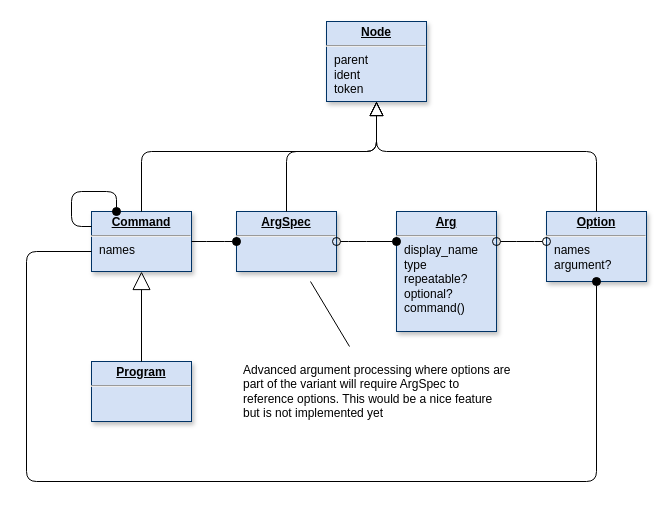
This is page "Grammar" (1 of 4) of doc/diagram.drawio from clrgit/shellopts, a draw.io file, before an edit. Source tidied: cells renumbered, new cells numbered last; positions are measured from the earlier drawing's top-left corner, leaving out a move shared by most shapes. Both pictures are drawn from the tidied source at 100%, with x=0, y=0 at pixel (26, 21).
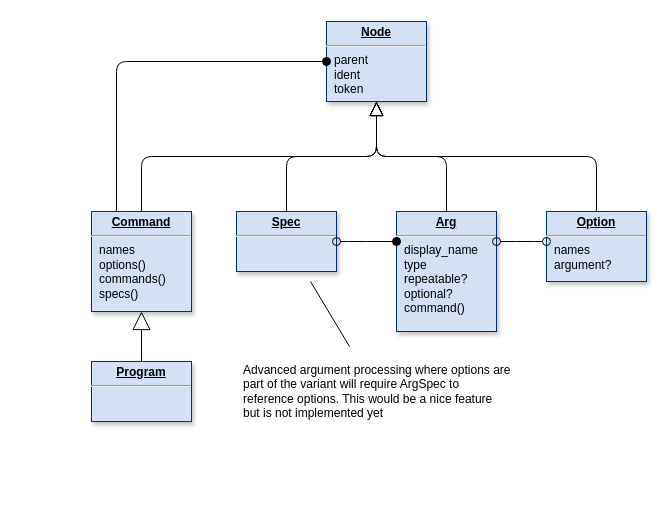
The same diagram, later.

Unchanged cells that the change refers to:
```xml
<mxCell id="2" value="&lt;p style=&quot;margin: 0px ; margin-top: 4px ; text-align: center ; text-decoration: underline&quot;&gt;&lt;b&gt;Node&lt;/b&gt;&lt;/p&gt;&lt;hr&gt;&lt;p style=&quot;margin: 0px ; margin-left: 8px&quot;&gt;parent&lt;/p&gt;&lt;p style=&quot;margin: 0px ; margin-left: 8px&quot;&gt;ident&lt;/p&gt;&lt;p style=&quot;margin: 0px ; margin-left: 8px&quot;&gt;token&lt;/p&gt;" style="verticalAlign=top;align=left;overflow=fill;fontSize=12;fontFamily=Helvetica;html=1;shadow=1;strokeColor=#003366;fillColor=#D4E1F5;" parent="1" vertex="1">
  <mxGeometry x="300" width="100" height="80" as="geometry" />
</mxCell>
<mxCell id="3" value="&lt;p style=&quot;margin: 0px ; margin-top: 4px ; text-align: center ; text-decoration: underline&quot;&gt;&lt;b&gt;Option&lt;/b&gt;&lt;/p&gt;&lt;hr&gt;&lt;p style=&quot;margin: 0px ; margin-left: 8px&quot;&gt;&lt;span&gt;names&lt;/span&gt;&lt;br&gt;&lt;/p&gt;&lt;p style=&quot;margin: 0px ; margin-left: 8px&quot;&gt;&lt;span&gt;argument?&lt;/span&gt;&lt;/p&gt;" style="verticalAlign=top;align=left;overflow=fill;fontSize=12;fontFamily=Helvetica;html=1;shadow=1;strokeColor=#003366;fillColor=#D4E1F5;" parent="1" vertex="1">
  <mxGeometry x="520" y="190" width="100" height="70" as="geometry" />
</mxCell>
<mxCell id="6" value="&lt;p style=&quot;margin: 0px ; margin-top: 4px ; text-align: center ; text-decoration: underline&quot;&gt;&lt;b&gt;Arg&lt;/b&gt;&lt;/p&gt;&lt;hr&gt;&lt;p style=&quot;margin: 0px 0px 0px 8px&quot;&gt;&lt;span&gt;display_name&lt;/span&gt;&lt;br&gt;&lt;/p&gt;&lt;p style=&quot;margin: 0px ; margin-left: 8px&quot;&gt;&lt;span&gt;type&lt;/span&gt;&lt;br&gt;&lt;/p&gt;&lt;p style=&quot;margin: 0px ; margin-left: 8px&quot;&gt;&lt;span&gt;repeatable?&lt;/span&gt;&lt;br&gt;&lt;/p&gt;&lt;p style=&quot;margin: 0px ; margin-left: 8px&quot;&gt;optional?&lt;/p&gt;&lt;p style=&quot;margin: 0px ; margin-left: 8px&quot;&gt;command()&lt;/p&gt;" style="verticalAlign=top;align=left;overflow=fill;fontSize=12;fontFamily=Helvetica;html=1;shadow=1;strokeColor=#003366;fillColor=#D4E1F5;" parent="1" vertex="1">
  <mxGeometry x="370" y="190" width="100" height="120" as="geometry" />
</mxCell>
```

Diff of the diagram source:
```diff
@@
-    <mxCell id="4" value="&lt;p style=&quot;margin: 0px ; margin-top: 4px ; text-align: center ; text-decoration: underline&quot;&gt;&lt;b&gt;Command&lt;/b&gt;&lt;/p&gt;&lt;hr&gt;&lt;p style=&quot;margin: 0px ; margin-left: 8px&quot;&gt;&lt;span&gt;names&lt;/span&gt;&lt;br&gt;&lt;/p&gt;" style="verticalAlign=top;align=left;overflow=fill;fontSize=12;fontFamily=Helvetica;html=1;shadow=1;strokeColor=#003366;fillColor=#D4E1F5;" parent="1" vertex="1">
-      <mxGeometry x="65" y="190" width="100" height="60" as="geometry" />
+    <mxCell id="4" value="&lt;p style=&quot;margin: 0px ; margin-top: 4px ; text-align: center ; text-decoration: underline&quot;&gt;&lt;b&gt;Command&lt;/b&gt;&lt;/p&gt;&lt;hr&gt;&lt;p style=&quot;margin: 0px ; margin-left: 8px&quot;&gt;&lt;span&gt;names&lt;/span&gt;&lt;br&gt;&lt;/p&gt;&lt;p style=&quot;margin: 0px ; margin-left: 8px&quot;&gt;&lt;span&gt;options()&lt;/span&gt;&lt;/p&gt;&lt;p style=&quot;margin: 0px ; margin-left: 8px&quot;&gt;&lt;span&gt;commands()&lt;/span&gt;&lt;/p&gt;&lt;p style=&quot;margin: 0px ; margin-left: 8px&quot;&gt;&lt;span&gt;specs()&lt;/span&gt;&lt;/p&gt;" style="verticalAlign=top;align=left;overflow=fill;fontSize=12;fontFamily=Helvetica;html=1;shadow=1;strokeColor=#003366;fillColor=#D4E1F5;" parent="1" vertex="1">
+      <mxGeometry x="65" y="190" width="100" height="100" as="geometry" />
     </mxCell>
@@
-    <mxCell id="7" value="&lt;p style=&quot;margin: 0px ; margin-top: 4px ; text-align: center ; text-decoration: underline&quot;&gt;&lt;b&gt;ArgSpec&lt;/b&gt;&lt;/p&gt;&lt;hr&gt;&lt;p style=&quot;margin: 0px ; margin-left: 8px&quot;&gt;&lt;br&gt;&lt;/p&gt;" style="verticalAlign=top;align=left;overflow=fill;fontSize=12;fontFamily=Helvetica;html=1;shadow=1;strokeColor=#003366;fillColor=#D4E1F5;" parent="1" vertex="1">
+    <mxCell id="7" value="&lt;p style=&quot;margin: 0px ; margin-top: 4px ; text-align: center ; text-decoration: underline&quot;&gt;&lt;b&gt;Spec&lt;/b&gt;&lt;/p&gt;&lt;hr&gt;&lt;p style=&quot;margin: 0px ; margin-left: 8px&quot;&gt;&lt;br&gt;&lt;/p&gt;" style="verticalAlign=top;align=left;overflow=fill;fontSize=12;fontFamily=Helvetica;html=1;shadow=1;strokeColor=#003366;fillColor=#D4E1F5;" parent="1" vertex="1">
       <mxGeometry x="210" y="190" width="100" height="60" as="geometry" />
     </mxCell>
@@
-    <mxCell id="11" style="endArrow=oval;endSize=8;startArrow=none;startSize=8;startFill=0;edgeStyle=orthogonalEdgeStyle;html=1;endFill=1;" parent="1" edge="1" source="4" target="7">
-      <mxGeometry x="1275" y="745" as="geometry">
-        <Array as="points">
-          <mxPoint x="190" y="220" />
-          <mxPoint x="190" y="220" />
-        </Array>
-      </mxGeometry>
-    </mxCell>
-    <mxCell id="12" style="align=left;verticalAlign=top;labelBackgroundColor=#ffffff;fontSize=10;strokeColor=#003366;shadow=1;fillColor=#D4E1F5;fontColor=#003366;html=1;" parent="11" vertex="1">
-      <mxGeometry x="-1" relative="1" as="geometry">
-        <mxPoint x="10" as="offset" />
-      </mxGeometry>
-    </mxCell>
-    <mxCell id="13" style="align=right;verticalAlign=top;labelBackgroundColor=#ffffff;fontSize=10;strokeColor=#003366;shadow=1;fillColor=#D4E1F5;fontColor=#003366;html=1;" parent="11" vertex="1">
-      <mxGeometry x="1" relative="1" as="geometry">
-        <mxPoint x="20" y="-25" as="offset" />
-      </mxGeometry>
-    </mxCell>
@@
-    <mxCell id="15" style="endArrow=oval;endSize=8;startArrow=none;startSize=8;startFill=0;edgeStyle=orthogonalEdgeStyle;html=1;endFill=1;exitX=0;exitY=0.25;exitDx=0;exitDy=0;entryX=0.25;entryY=0;entryDx=0;entryDy=0;" parent="1" edge="1" source="4" target="4">
+    <mxCell id="15" style="endArrow=oval;endSize=8;startArrow=none;startSize=8;startFill=0;edgeStyle=orthogonalEdgeStyle;html=1;endFill=1;" parent="1" edge="1" source="4" target="2">
       <mxGeometry x="1095" y="405" as="geometry">
         <Array as="points">
-          <mxPoint x="45" y="205" />
-          <mxPoint x="45" y="170" />
-          <mxPoint x="90" y="170" />
+          <mxPoint x="90" y="40" />
         </Array>
       </mxGeometry>
     </mxCell>
@@
-    <mxCell id="18" style="endArrow=oval;endSize=8;startArrow=none;startSize=8;startFill=0;edgeStyle=orthogonalEdgeStyle;html=1;endFill=1;" parent="1" edge="1" source="4" target="3">
-      <mxGeometry x="1450" y="815" as="geometry">
-        <Array as="points">
-          <mxPoint y="230" />
-          <mxPoint y="460" />
-          <mxPoint x="570" y="460" />
-        </Array>
-      </mxGeometry>
-    </mxCell>
-    <mxCell id="19" style="align=left;verticalAlign=top;labelBackgroundColor=#ffffff;fontSize=10;strokeColor=#003366;shadow=1;fillColor=#D4E1F5;fontColor=#003366;html=1;" parent="18" vertex="1">
-      <mxGeometry x="-1" relative="1" as="geometry">
-        <mxPoint x="10" as="offset" />
-      </mxGeometry>
-    </mxCell>
-    <mxCell id="20" style="align=right;verticalAlign=top;labelBackgroundColor=#ffffff;fontSize=10;strokeColor=#003366;shadow=1;fillColor=#D4E1F5;fontColor=#003366;html=1;" parent="18" vertex="1">
-      <mxGeometry x="1" relative="1" as="geometry">
-        <mxPoint x="20" y="-25" as="offset" />
-      </mxGeometry>
-    </mxCell>
@@
-    <mxCell id="24" style="endArrow=block;endFill=0;endSize=12;html=1;edgeStyle=orthogonalEdgeStyle;labelBackgroundColor=#FFFFFF;" parent="1" edge="1" source="4" target="2">
-      <mxGeometry relative="1" as="geometry">
-        <Array as="points">
-          <mxPoint x="115" y="130" />
-          <mxPoint x="350" y="130" />
-        </Array>
-      </mxGeometry>
-    </mxCell>
-    <mxCell id="25" style="endArrow=block;endFill=0;endSize=12;html=1;edgeStyle=orthogonalEdgeStyle;labelBackgroundColor=#FFFFFF;" parent="1" edge="1" source="3" target="2">
-      <mxGeometry relative="1" as="geometry">
-        <Array as="points">
-          <mxPoint x="570" y="130" />
-          <mxPoint x="350" y="130" />
-        </Array>
-      </mxGeometry>
-    </mxCell>
-    <mxCell id="26" style="endArrow=block;endFill=0;endSize=12;html=1;edgeStyle=orthogonalEdgeStyle;labelBackgroundColor=#FFFFFF;" parent="1" edge="1" source="7" target="2">
-      <mxGeometry relative="1" as="geometry">
-        <Array as="points">
-          <mxPoint x="260" y="130" />
-          <mxPoint x="350" y="130" />
-        </Array>
-      </mxGeometry>
-    </mxCell>
@@
+    <mxCell id="29" style="endArrow=block;endFill=0;endSize=12;html=1;edgeStyle=elbowEdgeStyle;labelBackgroundColor=#FFFFFF;elbow=vertical;" parent="1" edge="1" source="6" target="2">
+      <mxGeometry relative="1" as="geometry" />
+    </mxCell>
+    <mxCell id="24" style="endArrow=block;endFill=0;endSize=12;html=1;edgeStyle=elbowEdgeStyle;labelBackgroundColor=#FFFFFF;elbow=vertical;" parent="1" edge="1" source="4" target="2">
+      <mxGeometry relative="1" as="geometry" />
+    </mxCell>
+    <mxCell id="26" style="endArrow=block;endFill=0;endSize=12;html=1;edgeStyle=elbowEdgeStyle;labelBackgroundColor=#FFFFFF;elbow=vertical;" parent="1" edge="1" source="7" target="2">
+      <mxGeometry relative="1" as="geometry" />
+    </mxCell>
+    <mxCell id="25" style="endArrow=block;endFill=0;endSize=12;html=1;edgeStyle=elbowEdgeStyle;labelBackgroundColor=#FFFFFF;elbow=vertical;" parent="1" edge="1" source="3" target="2">
+      <mxGeometry relative="1" as="geometry" />
+    </mxCell>
```
